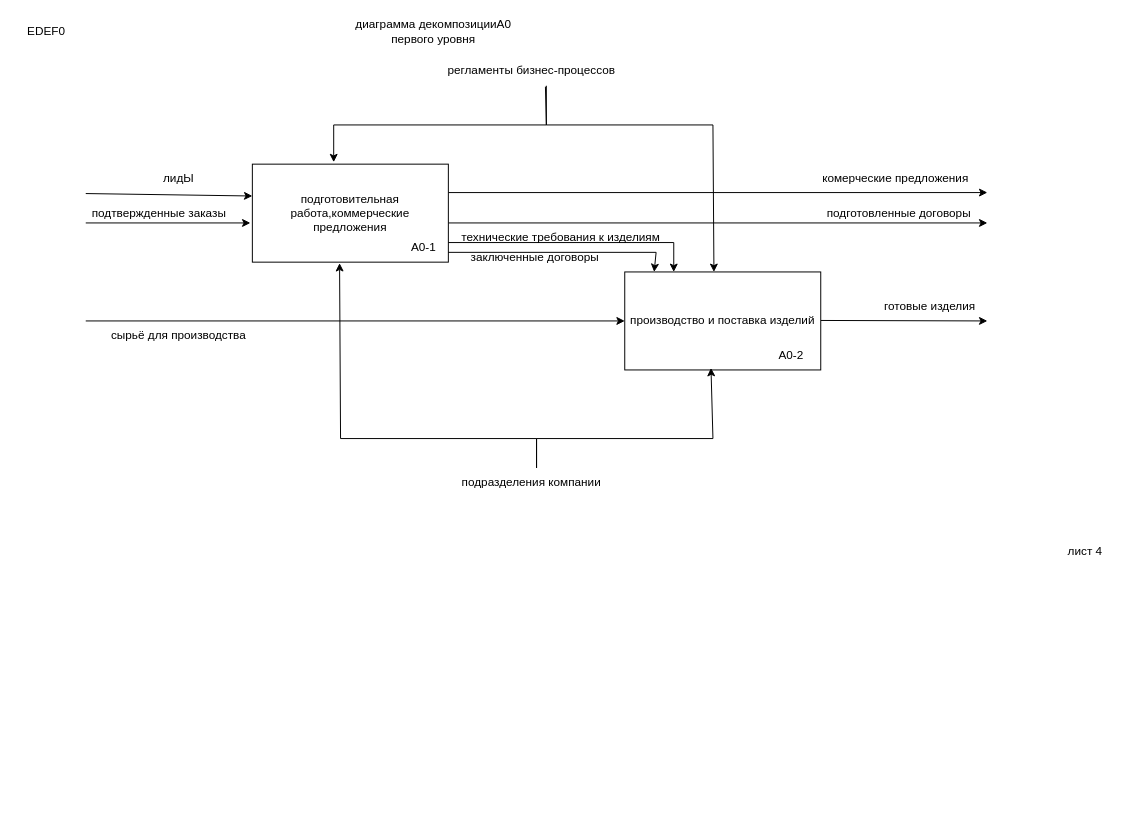
emauter/GB_mysql keeps this draw.io diagram as page "Страница — 5" (5 of 5) of newexample2025.drawio. Above is the earlier version. Source tidied: cells renumbered, new cells numbered last; positions are measured from the earlier drawing's top-left corner, leaving out a move shared by most shapes. Both pictures are drawn from the tidied source at 98%, with x=0, y=0 at pixel (17, 17).
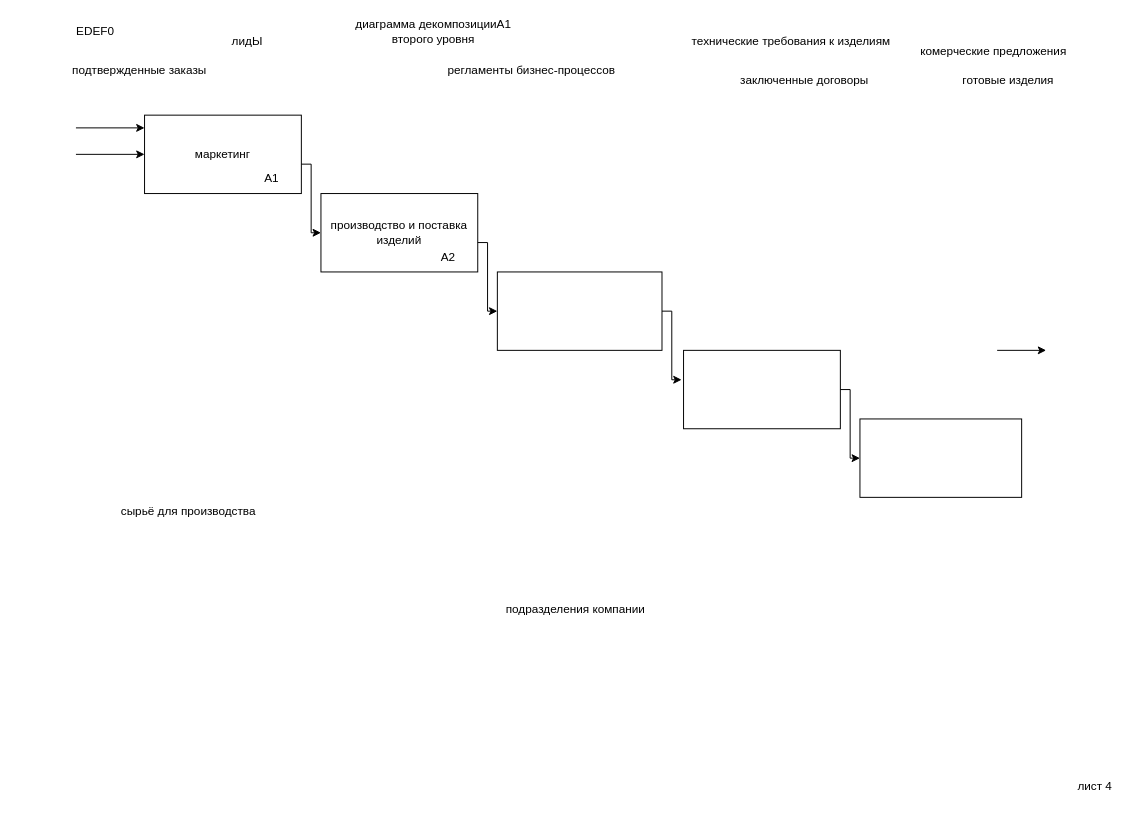
Above is the later version.

Unchanged cells that the change refers to:
```xml
<mxCell id="8" value="регламенты бизнес-процессов" style="text;html=1;align=center;verticalAlign=middle;whiteSpace=wrap;rounded=0;" parent="1" vertex="1">
  <mxGeometry x="430" y="40" width="190" height="30" as="geometry" />
</mxCell>
```

What changed in the source:
```diff
@@
     <mxCell id="2" style="endArrow=classic;html=1;rounded=0;" parent="1" edge="1">
       <mxGeometry relative="1" as="geometry">
-        <mxPoint x="70" y="210" as="sourcePoint" />
-        <mxPoint x="238" y="210" as="targetPoint" />
+        <mxPoint x="60" y="140" as="sourcePoint" />
+        <mxPoint x="130" y="140" as="targetPoint" />
       </mxGeometry>
     </mxCell>
-    <mxCell id="3" style="endArrow=classic;html=1;rounded=0;entryX=-0.007;entryY=0.371;entryDx=0;entryDy=0;entryPerimeter=0;" parent="1" edge="1">
+    <mxCell id="3" style="endArrow=classic;html=1;rounded=0;" parent="1" edge="1">
       <mxGeometry relative="1" as="geometry">
-        <mxPoint x="70" y="180" as="sourcePoint" />
-        <mxPoint x="240" y="182.5" as="targetPoint" />
+        <mxPoint x="60" y="113" as="sourcePoint" />
+        <mxPoint x="130" y="113" as="targetPoint" />
       </mxGeometry>
     </mxCell>
-    <mxCell id="4" style="endArrow=classic;html=1;rounded=0;" parent="1" edge="1">
-      <mxGeometry relative="1" as="geometry">
-        <mxPoint x="440" y="179" as="sourcePoint" />
-        <mxPoint x="990" y="179" as="targetPoint" />
-      </mxGeometry>
-    </mxCell>
     <mxCell id="5" value="комерческие предложения" style="text;html=1;align=center;verticalAlign=middle;whiteSpace=wrap;rounded=0;" parent="1" vertex="1">
-      <mxGeometry x="820" y="150" width="153" height="30" as="geometry" />
+      <mxGeometry x="920" y="20" width="153" height="30" as="geometry" />
     </mxCell>
     <mxCell id="6" value="лидЫ" style="text;html=1;align=center;verticalAlign=middle;whiteSpace=wrap;rounded=0;" parent="1" vertex="1">
-      <mxGeometry x="90" y="150" width="150" height="30" as="geometry" />
+      <mxGeometry x="160" y="10" width="150" height="30" as="geometry" />
     </mxCell>
     <mxCell id="7" value="подразделения компании" style="text;html=1;align=center;verticalAlign=middle;whiteSpace=wrap;rounded=0;" parent="1" vertex="1">
-      <mxGeometry x="445" y="460" width="160" height="30" as="geometry" />
+      <mxGeometry x="490" y="590" width="160" height="30" as="geometry" />
     </mxCell>
@@
     <mxCell id="9" value="EDEF0" style="text;html=1;align=center;verticalAlign=middle;whiteSpace=wrap;rounded=0;" parent="1" vertex="1">
-      <mxGeometry width="60" height="30" as="geometry" />
+      <mxGeometry x="50" width="60" height="30" as="geometry" />
     </mxCell>
-    <mxCell id="10" value="диаграмма декомпозицииA0&lt;div&gt;первого уровня&lt;/div&gt;" style="text;html=1;align=center;verticalAlign=middle;whiteSpace=wrap;rounded=0;" parent="1" vertex="1">
+    <mxCell id="10" value="диаграмма декомпозицииA1&lt;div&gt;второго уровня&lt;/div&gt;" style="text;html=1;align=center;verticalAlign=middle;whiteSpace=wrap;rounded=0;" parent="1" vertex="1">
       <mxGeometry x="310" width="230" height="30" as="geometry" />
     </mxCell>
     <mxCell id="11" value="технические требования к изделиям" style="text;html=1;align=center;verticalAlign=middle;whiteSpace=wrap;rounded=0;" parent="1" vertex="1">
-      <mxGeometry x="450" y="210" width="210" height="30" as="geometry" />
+      <mxGeometry x="685" y="10" width="210" height="30" as="geometry" />
     </mxCell>
-    <mxCell id="12" style="endArrow=classic;html=1;rounded=0;entryX=0;entryY=0.5;entryDx=0;entryDy=0;" parent="1" edge="1" target="22">
-      <mxGeometry relative="1" as="geometry">
-        <mxPoint x="70" y="310" as="sourcePoint" />
-      </mxGeometry>
-    </mxCell>
     <mxCell id="13" value="подтвержденные заказы" style="text;html=1;align=center;verticalAlign=middle;whiteSpace=wrap;rounded=0;" parent="1" vertex="1">
-      <mxGeometry x="70" y="185" width="150" height="30" as="geometry" />
+      <mxGeometry x="50" y="40" width="150" height="30" as="geometry" />
     </mxCell>
     <mxCell id="14" value="сырьё для производства" style="text;html=1;align=center;verticalAlign=middle;whiteSpace=wrap;rounded=0;" parent="1" vertex="1">
-      <mxGeometry x="90" y="310" width="150" height="30" as="geometry" />
+      <mxGeometry x="100" y="490" width="150" height="30" as="geometry" />
     </mxCell>
     <mxCell id="15" value="готовые изделия" style="text;html=1;align=center;verticalAlign=middle;whiteSpace=wrap;rounded=0;" parent="1" vertex="1">
-      <mxGeometry x="850" y="280" width="163" height="30" as="geometry" />
+      <mxGeometry x="930" y="50" width="163" height="30" as="geometry" />
     </mxCell>
-    <mxCell id="16" style="endArrow=classic;html=1;rounded=0;" parent="1" edge="1">
-      <mxGeometry relative="1" as="geometry">
-        <mxPoint x="440" y="210" as="sourcePoint" />
-        <mxPoint x="990" y="210" as="targetPoint" />
-      </mxGeometry>
-    </mxCell>
-    <mxCell id="17" style="endArrow=classic;html=1;rounded=0;exitX=1;exitY=0.5;exitDx=0;exitDy=0;" parent="1" edge="1">
-      <mxGeometry relative="1" as="geometry">
-        <mxPoint x="820" y="309.5" as="sourcePoint" />
-        <mxPoint x="990" y="310" as="targetPoint" />
-      </mxGeometry>
-    </mxCell>
     <mxCell id="18" value="заключенные договоры" style="text;html=1;align=center;verticalAlign=middle;whiteSpace=wrap;rounded=0;" parent="1" vertex="1">
-      <mxGeometry x="437" y="230" width="183" height="30" as="geometry" />
+      <mxGeometry x="712" y="50" width="183" height="30" as="geometry" />
     </mxCell>
-    <mxCell id="19" value="подготовленные договоры" style="text;html=1;align=center;verticalAlign=middle;whiteSpace=wrap;rounded=0;" parent="1" vertex="1">
-      <mxGeometry x="810" y="185" width="180" height="30" as="geometry" />
-    </mxCell>
     <mxCell id="20" value="лист 4" style="text;html=1;align=center;verticalAlign=middle;whiteSpace=wrap;rounded=0;" parent="1" vertex="1">
-      <mxGeometry x="1060" y="530" width="60" height="30" as="geometry" />
+      <mxGeometry x="1070" y="770" width="60" height="30" as="geometry" />
     </mxCell>
-    <mxCell id="21" value="подготовительная работа,коммерческие предложения" style="rounded=0;whiteSpace=wrap;html=1;" parent="1" vertex="1">
-      <mxGeometry x="240" y="150" width="200" height="100" as="geometry" />
+    <mxCell id="21" value="маркетинг" style="rounded=0;whiteSpace=wrap;html=1;" parent="1" vertex="1">
+      <mxGeometry x="130" y="100" width="160" height="80" as="geometry" />
     </mxCell>
     <mxCell id="22" value="производство и поставка изделий" style="rounded=0;whiteSpace=wrap;html=1;" parent="1" vertex="1">
-      <mxGeometry x="620" y="260" width="200" height="100" as="geometry" />
+      <mxGeometry x="310" y="180" width="160" height="80" as="geometry" />
     </mxCell>
-    <mxCell id="23" style="endArrow=classic;html=1;rounded=0;entryX=0.44;entryY=0.98;entryDx=0;entryDy=0;entryPerimeter=0;" parent="1" edge="1" target="22">
-      <mxGeometry relative="1" as="geometry">
-        <mxPoint x="530" y="460" as="sourcePoint" />
-        <Array as="points">
-          <mxPoint x="530" y="430" />
-          <mxPoint x="710" y="430" />
-        </Array>
-      </mxGeometry>
-    </mxCell>
-    <mxCell id="24" style="endArrow=classic;html=1;rounded=0;entryX=0.445;entryY=1.01;entryDx=0;entryDy=0;entryPerimeter=0;" parent="1" edge="1" target="21">
-      <mxGeometry relative="1" as="geometry">
-        <mxPoint x="530" y="460" as="sourcePoint" />
-        <Array as="points">
-          <mxPoint x="530" y="430" />
-          <mxPoint x="330" y="430" />
-        </Array>
-      </mxGeometry>
-    </mxCell>
-    <mxCell id="25" style="endArrow=classic;html=1;rounded=0;entryX=0.25;entryY=0;entryDx=0;entryDy=0;" parent="1" edge="1" target="22">
-      <mxGeometry relative="1" as="geometry">
-        <mxPoint x="440" y="230" as="sourcePoint" />
-        <Array as="points">
-          <mxPoint x="670" y="230" />
-        </Array>
-      </mxGeometry>
-    </mxCell>
-    <mxCell id="26" value="А0-1" style="text;html=1;align=center;verticalAlign=middle;whiteSpace=wrap;rounded=0;" parent="1" vertex="1">
-      <mxGeometry x="385" y="220" width="60" height="30" as="geometry" />
+    <mxCell id="26" value="А1" style="text;html=1;align=center;verticalAlign=middle;whiteSpace=wrap;rounded=0;" parent="1" vertex="1">
+      <mxGeometry x="230" y="150" width="60" height="30" as="geometry" />
     </mxCell>
-    <mxCell id="27" value="А0-2" style="text;html=1;align=center;verticalAlign=middle;whiteSpace=wrap;rounded=0;" parent="1" vertex="1">
-      <mxGeometry x="760" y="330" width="60" height="30" as="geometry" />
+    <mxCell id="27" value="А2" style="text;html=1;align=center;verticalAlign=middle;whiteSpace=wrap;rounded=0;" parent="1" vertex="1">
+      <mxGeometry x="410" y="230" width="60" height="30" as="geometry" />
     </mxCell>
-    <mxCell id="28" style="endArrow=classic;html=1;rounded=0;entryX=0.455;entryY=0;entryDx=0;entryDy=0;entryPerimeter=0;exitX=0.574;exitY=1.033;exitDx=0;exitDy=0;exitPerimeter=0;" parent="1" edge="1" source="8" target="22">
-      <mxGeometry relative="1" as="geometry">
-        <Array as="points">
-          <mxPoint x="540" y="110" />
-          <mxPoint x="710" y="110" />
-        </Array>
-      </mxGeometry>
-    </mxCell>
-    <mxCell id="29" style="endArrow=classic;html=1;rounded=0;" parent="1" edge="1">
-      <mxGeometry relative="1" as="geometry">
-        <mxPoint x="440" y="240" as="sourcePoint" />
-        <mxPoint x="650" y="260" as="targetPoint" />
-        <Array as="points">
-          <mxPoint x="652" y="240" />
-        </Array>
-      </mxGeometry>
-    </mxCell>
-    <mxCell id="30" style="endArrow=classic;html=1;rounded=0;entryX=0.415;entryY=-0.02;entryDx=0;entryDy=0;entryPerimeter=0;" parent="1" edge="1" target="21">
-      <mxGeometry relative="1" as="geometry">
-        <mxPoint x="540" y="70" as="sourcePoint" />
-        <Array as="points">
-          <mxPoint x="540" y="110" />
-          <mxPoint x="323" y="110" />
-        </Array>
-      </mxGeometry>
-    </mxCell>
+    <mxCell id="31" style="rounded=0;whiteSpace=wrap;html=1;" parent="1" vertex="1">
+      <mxGeometry x="490" y="260" width="168" height="80" as="geometry" />
+    </mxCell>
+    <mxCell id="32" style="rounded=0;whiteSpace=wrap;html=1;" parent="1" vertex="1">
+      <mxGeometry x="680" y="340" width="160" height="80" as="geometry" />
+    </mxCell>
+    <mxCell id="33" style="rounded=0;whiteSpace=wrap;html=1;" parent="1" vertex="1">
+      <mxGeometry x="860" y="410" width="165" height="80" as="geometry" />
+    </mxCell>
+    <mxCell id="34" style="endArrow=classic;html=1;rounded=0;" parent="1" edge="1">
+      <mxGeometry relative="1" as="geometry">
+        <mxPoint x="1000" y="340" as="sourcePoint" />
+        <mxPoint x="1050" y="340" as="targetPoint" />
+      </mxGeometry>
+    </mxCell>
+    <mxCell id="35" style="endArrow=classic;html=1;rounded=0;" parent="1" edge="1">
+      <mxGeometry relative="1" as="geometry">
+        <mxPoint x="290" y="150" as="sourcePoint" />
+        <mxPoint x="310" y="220" as="targetPoint" />
+        <Array as="points">
+          <mxPoint x="290" y="150" />
+          <mxPoint x="300" y="150" />
+          <mxPoint x="300" y="220" />
+        </Array>
+      </mxGeometry>
+    </mxCell>
+    <mxCell id="36" style="endArrow=classic;html=1;rounded=0;" parent="1" edge="1">
+      <mxGeometry relative="1" as="geometry">
+        <mxPoint x="470" y="230" as="sourcePoint" />
+        <mxPoint x="490" y="300" as="targetPoint" />
+        <Array as="points">
+          <mxPoint x="470" y="230" />
+          <mxPoint x="480" y="230" />
+          <mxPoint x="480" y="300" />
+        </Array>
+      </mxGeometry>
+    </mxCell>
+    <mxCell id="37" style="endArrow=classic;html=1;rounded=0;" parent="1" edge="1">
+      <mxGeometry relative="1" as="geometry">
+        <mxPoint x="658" y="300" as="sourcePoint" />
+        <mxPoint x="678" y="370" as="targetPoint" />
+        <Array as="points">
+          <mxPoint x="658" y="300" />
+          <mxPoint x="668" y="300" />
+          <mxPoint x="668" y="370" />
+        </Array>
+      </mxGeometry>
+    </mxCell>
+    <mxCell id="38" style="endArrow=classic;html=1;rounded=0;" parent="1" edge="1">
+      <mxGeometry relative="1" as="geometry">
+        <mxPoint x="840" y="380" as="sourcePoint" />
+        <mxPoint x="860" y="450" as="targetPoint" />
+        <Array as="points">
+          <mxPoint x="840" y="380" />
+          <mxPoint x="850" y="380" />
+          <mxPoint x="850" y="450" />
+        </Array>
+      </mxGeometry>
+    </mxCell>
```
